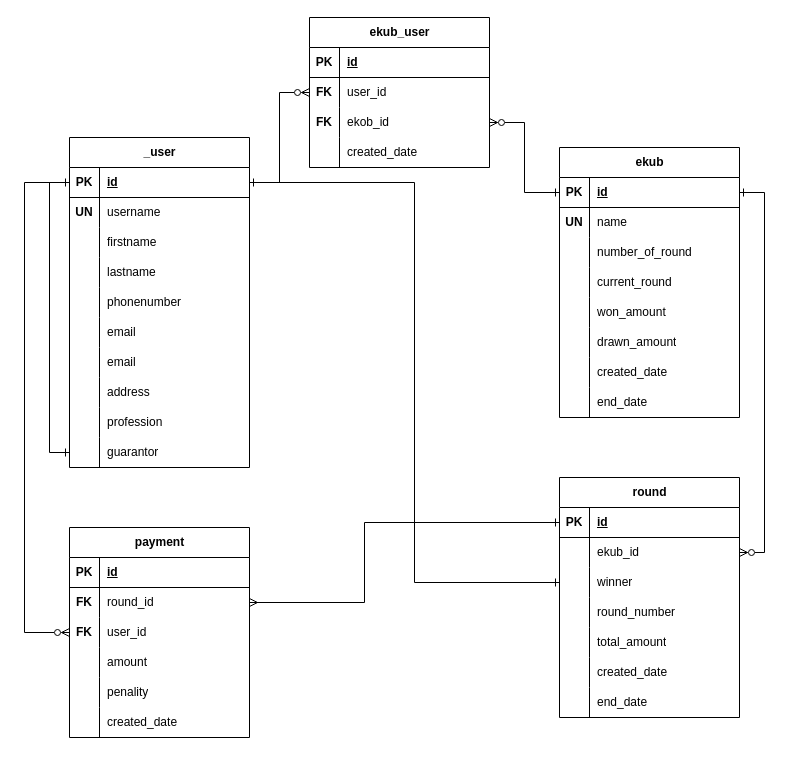
Above: ER-Diagram.drawio in Habtamu-Dires/alem-equb (draw.io), before the change. Source tidied: cells renumbered, new cells numbered last; positions are measured from the earlier drawing's top-left corner, leaving out a move shared by most shapes. Both pictures are drawn from the tidied source at 100%, with x=0, y=0 at pixel (24, 17).
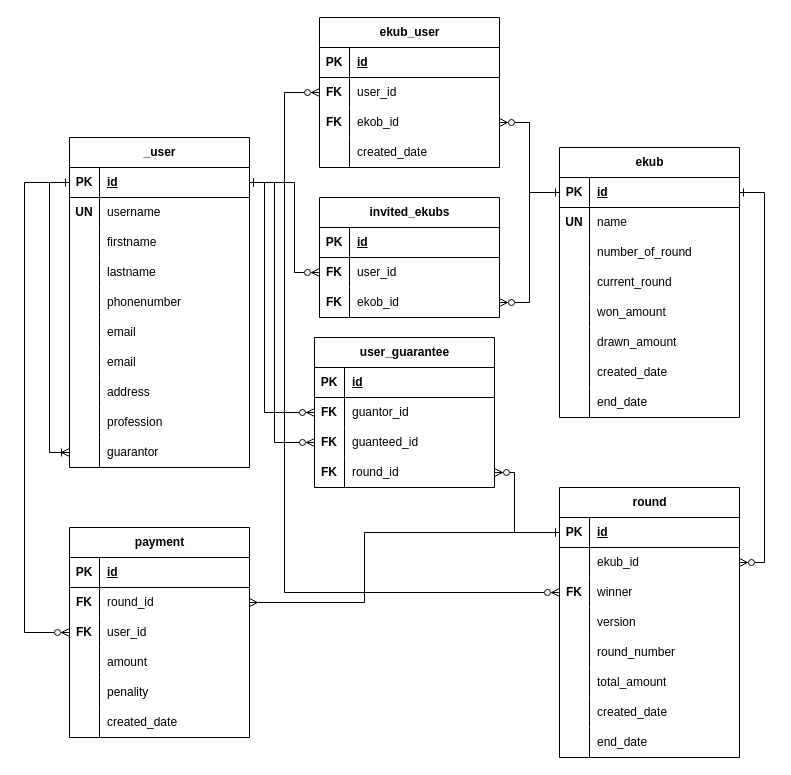
The same page after the edit.

The change refers to these unchanged cells:
```xml
<mxCell id="4" style="shape=tableRow;horizontal=0;startSize=0;swimlaneHead=0;swimlaneBody=0;fillColor=none;points=[[0,0.5],[1,0.5]];portConstraint=eastwest;top=0;left=0;right=0;bottom=1;" parent="3" vertex="1">
  <mxGeometry y="30" width="180" height="30" as="geometry" />
</mxCell>
<mxCell id="31" style="shape=tableRow;horizontal=0;startSize=0;swimlaneHead=0;swimlaneBody=0;fillColor=none;points=[[0,0.5],[1,0.5]];portConstraint=eastwest;top=0;left=0;right=0;bottom=0;" parent="3" vertex="1">
  <mxGeometry y="300" width="180" height="30" as="geometry" />
</mxCell>
<mxCell id="35" style="shape=tableRow;horizontal=0;startSize=0;swimlaneHead=0;swimlaneBody=0;fillColor=none;points=[[0,0.5],[1,0.5]];portConstraint=eastwest;top=0;left=0;right=0;bottom=1;" parent="34" vertex="1">
  <mxGeometry y="30" width="180" height="30" as="geometry" />
</mxCell>
<mxCell id="60" style="shape=tableRow;horizontal=0;startSize=0;swimlaneHead=0;swimlaneBody=0;fillColor=none;points=[[0,0.5],[1,0.5]];portConstraint=eastwest;top=0;left=0;right=0;bottom=1;" parent="59" vertex="1">
  <mxGeometry y="30" width="180" height="30" as="geometry" />
</mxCell>
<mxCell id="63" style="shape=tableRow;horizontal=0;startSize=0;swimlaneHead=0;swimlaneBody=0;fillColor=none;points=[[0,0.5],[1,0.5]];portConstraint=eastwest;top=0;left=0;right=0;bottom=0;" parent="59" vertex="1">
  <mxGeometry y="60" width="180" height="30" as="geometry" />
</mxCell>
<mxCell id="66" style="shape=tableRow;horizontal=0;startSize=0;swimlaneHead=0;swimlaneBody=0;fillColor=none;points=[[0,0.5],[1,0.5]];portConstraint=eastwest;top=0;left=0;right=0;bottom=0;" parent="59" vertex="1">
  <mxGeometry y="90" width="180" height="30" as="geometry" />
</mxCell>
<mxCell id="85" style="shape=tableRow;horizontal=0;startSize=0;swimlaneHead=0;swimlaneBody=0;fillColor=none;points=[[0,0.5],[1,0.5]];portConstraint=eastwest;top=0;left=0;right=0;bottom=0;" parent="81" vertex="1">
  <mxGeometry y="60" width="180" height="30" as="geometry" />
</mxCell>
```

Change to the diagram source:
```diff
@@
-    <mxCell id="2" style="edgeStyle=orthogonalEdgeStyle;rounded=0;jettySize=auto;html=1;entryX=0;entryY=0.5;entryDx=0;entryDy=0;endArrow=ERone;endFill=0;startArrow=ERone;startFill=0;" parent="1" edge="1" source="4" target="31">
+    <mxCell id="2" style="edgeStyle=orthogonalEdgeStyle;rounded=0;jettySize=auto;html=1;entryX=0;entryY=0.5;entryDx=0;entryDy=0;endArrow=ERoneToMany;endFill=0;startArrow=ERone;startFill=0;" parent="1" edge="1" source="4" target="31">
       <mxGeometry relative="1" as="geometry">
         <Array as="points">
           <mxPoint x="25" y="165" />
           <mxPoint x="25" y="435" />
         </Array>
       </mxGeometry>
     </mxCell>
@@
     <mxCell id="59" value="round" style="shape=table;startSize=30;childLayout=tableLayout;rowLines=0;fontStyle=1;align=center;html=1;" parent="1" vertex="1">
-      <mxGeometry x="535" y="460" width="180" height="240" as="geometry" />
+      <mxGeometry x="535" y="470" width="180" height="270" as="geometry" />
     </mxCell>
@@
-    <mxCell id="67" style="shape=partialRectangle;fillColor=none;top=0;left=0;bottom=0;right=0;overflow=hidden;whiteSpace=wrap;html=1;" parent="66" vertex="1">
+    <mxCell id="67" value="&lt;b&gt;FK&lt;/b&gt;" style="shape=partialRectangle;fillColor=none;top=0;left=0;bottom=0;right=0;overflow=hidden;whiteSpace=wrap;html=1;" parent="66" vertex="1">
       <mxGeometry width="30" height="30" as="geometry" />
     </mxCell>
@@
+    <mxCell id="78" style="shape=tableRow;horizontal=0;startSize=0;swimlaneHead=0;swimlaneBody=0;fillColor=none;top=0;left=0;right=0;bottom=0;" parent="59" vertex="1">
+      <mxGeometry y="120" width="180" height="30" as="geometry" />
+    </mxCell>
+    <mxCell id="79" style="shape=partialRectangle;fillColor=none;top=0;left=0;bottom=0;right=0;overflow=hidden;whiteSpace=wrap;html=1;" parent="78" vertex="1">
+      <mxGeometry width="30" height="30" as="geometry" />
+    </mxCell>
+    <mxCell id="80" value="version" style="shape=partialRectangle;fillColor=none;top=0;left=0;bottom=0;right=0;align=left;spacingLeft=6;overflow=hidden;whiteSpace=wrap;html=1;" parent="78" vertex="1">
+      <mxGeometry x="30" width="150" height="30" as="geometry" />
+    </mxCell>
     <mxCell id="69" style="shape=tableRow;horizontal=0;startSize=0;swimlaneHead=0;swimlaneBody=0;fillColor=none;top=0;left=0;right=0;bottom=0;" parent="59" vertex="1">
-      <mxGeometry y="120" width="180" height="30" as="geometry" />
+      <mxGeometry y="150" width="180" height="30" as="geometry" />
     </mxCell>
@@
     <mxCell id="72" style="shape=tableRow;horizontal=0;startSize=0;swimlaneHead=0;swimlaneBody=0;fillColor=none;top=0;left=0;right=0;bottom=0;" parent="59" vertex="1">
-      <mxGeometry y="150" width="180" height="30" as="geometry" />
+      <mxGeometry y="180" width="180" height="30" as="geometry" />
     </mxCell>
@@
     <mxCell id="75" style="shape=tableRow;horizontal=0;startSize=0;swimlaneHead=0;swimlaneBody=0;fillColor=none;top=0;left=0;right=0;bottom=0;" parent="59" vertex="1">
-      <mxGeometry y="180" width="180" height="30" as="geometry" />
+      <mxGeometry y="210" width="180" height="30" as="geometry" />
     </mxCell>
@@
-    <mxCell id="78" style="shape=tableRow;horizontal=0;startSize=0;swimlaneHead=0;swimlaneBody=0;fillColor=none;top=0;left=0;right=0;bottom=0;" parent="59" vertex="1">
-      <mxGeometry y="210" width="180" height="30" as="geometry" />
-    </mxCell>
-    <mxCell id="79" style="shape=partialRectangle;fillColor=none;top=0;left=0;bottom=0;right=0;overflow=hidden;whiteSpace=wrap;html=1;" parent="78" vertex="1">
-      <mxGeometry width="30" height="30" as="geometry" />
-    </mxCell>
-    <mxCell id="80" value="end_date" style="shape=partialRectangle;fillColor=none;top=0;left=0;bottom=0;right=0;align=left;spacingLeft=6;overflow=hidden;whiteSpace=wrap;html=1;" parent="78" vertex="1">
-      <mxGeometry x="30" width="150" height="30" as="geometry" />
-    </mxCell>
+    <mxCell id="119" style="shape=tableRow;horizontal=0;startSize=0;swimlaneHead=0;swimlaneBody=0;fillColor=none;top=0;left=0;right=0;bottom=0;" parent="59" vertex="1">
+      <mxGeometry y="240" width="180" height="30" as="geometry" />
+    </mxCell>
+    <mxCell id="120" style="shape=partialRectangle;fillColor=none;top=0;left=0;bottom=0;right=0;overflow=hidden;whiteSpace=wrap;html=1;" parent="119" vertex="1">
+      <mxGeometry width="30" height="30" as="geometry" />
+    </mxCell>
+    <mxCell id="121" value="end_date" style="shape=partialRectangle;fillColor=none;top=0;left=0;bottom=0;right=0;align=left;spacingLeft=6;overflow=hidden;whiteSpace=wrap;html=1;" parent="119" vertex="1">
+      <mxGeometry x="30" width="150" height="30" as="geometry" />
+    </mxCell>
@@
     <mxCell id="100" style="edgeStyle=orthogonalEdgeStyle;rounded=0;jettySize=auto;html=1;entryX=1;entryY=0.5;entryDx=0;entryDy=0;endArrow=ERmany;endFill=0;startArrow=ERone;startFill=0;exitX=0;exitY=0.5;exitDx=0;exitDy=0;" parent="1" edge="1" source="60" target="85">
       <mxGeometry relative="1" as="geometry">
         <Array as="points">
-          <mxPoint x="340" y="505" />
+          <mxPoint x="340" y="515" />
           <mxPoint x="340" y="585" />
         </Array>
       </mxGeometry>
     </mxCell>
@@
     <mxCell id="102" value="ekub_user" style="shape=table;startSize=30;childLayout=tableLayout;rowLines=0;fontStyle=1;align=center;html=1;" parent="1" vertex="1">
-      <mxGeometry x="285" width="180" height="150" as="geometry" />
+      <mxGeometry x="295" width="180" height="150" as="geometry" />
     </mxCell>
@@
-    <mxCell id="117" style="edgeStyle=orthogonalEdgeStyle;rounded=0;jettySize=auto;html=1;entryX=0;entryY=0.5;entryDx=0;entryDy=0;endArrow=ERone;endFill=0;" parent="1" edge="1" source="4" target="66">
+    <mxCell id="117" style="edgeStyle=orthogonalEdgeStyle;rounded=0;jettySize=auto;html=1;entryX=0;entryY=0.5;entryDx=0;entryDy=0;endArrow=ERzeroToMany;endFill=0;" parent="1" edge="1" source="4" target="66">
       <mxGeometry relative="1" as="geometry">
         <Array as="points">
-          <mxPoint x="390" y="165" />
-          <mxPoint x="390" y="565" />
+          <mxPoint x="260" y="165" />
+          <mxPoint x="260" y="575" />
         </Array>
       </mxGeometry>
     </mxCell>
     <mxCell id="118" style="edgeStyle=orthogonalEdgeStyle;rounded=0;jettySize=auto;html=1;endArrow=ERzeroToMany;endFill=0;entryX=1;entryY=0.5;entryDx=0;entryDy=0;startArrow=ERone;startFill=0;" parent="1" edge="1" source="35" target="63">
       <mxGeometry relative="1" as="geometry">
         <Array as="points">
           <mxPoint x="740" y="175" />
-          <mxPoint x="740" y="535" />
+          <mxPoint x="740" y="545" />
         </Array>
       </mxGeometry>
     </mxCell>
+    <mxCell id="122" value="invited_ekubs" style="shape=table;startSize=30;childLayout=tableLayout;rowLines=0;fontStyle=1;align=center;html=1;" parent="1" vertex="1">
+      <mxGeometry x="295" y="180" width="180" height="120" as="geometry" />
+    </mxCell>
+    <mxCell id="123" style="shape=tableRow;horizontal=0;startSize=0;swimlaneHead=0;swimlaneBody=0;fillColor=none;top=0;left=0;right=0;bottom=1;" parent="122" vertex="1">
+      <mxGeometry y="30" width="180" height="30" as="geometry" />
+    </mxCell>
+    <mxCell id="124" value="PK" style="shape=partialRectangle;fillColor=none;top=0;left=0;bottom=0;right=0;fontStyle=1;overflow=hidden;whiteSpace=wrap;html=1;" parent="123" vertex="1">
+      <mxGeometry width="30" height="30" as="geometry" />
+    </mxCell>
+    <mxCell id="125" value="id" style="shape=partialRectangle;fillColor=none;top=0;left=0;bottom=0;right=0;align=left;spacingLeft=6;fontStyle=5;overflow=hidden;whiteSpace=wrap;html=1;" parent="123" vertex="1">
+      <mxGeometry x="30" width="150" height="30" as="geometry" />
+    </mxCell>
+    <mxCell id="126" style="shape=tableRow;horizontal=0;startSize=0;swimlaneHead=0;swimlaneBody=0;fillColor=none;points=[[0,0.5],[1,0.5]];portConstraint=eastwest;top=0;left=0;right=0;bottom=0;" parent="122" vertex="1">
+      <mxGeometry y="60" width="180" height="30" as="geometry" />
+    </mxCell>
+    <mxCell id="127" value="&lt;b&gt;FK&lt;/b&gt;" style="shape=partialRectangle;fillColor=none;top=0;left=0;bottom=0;right=0;overflow=hidden;whiteSpace=wrap;html=1;" parent="126" vertex="1">
+      <mxGeometry width="30" height="30" as="geometry" />
+    </mxCell>
+    <mxCell id="128" value="user_id" style="shape=partialRectangle;fillColor=none;top=0;left=0;bottom=0;right=0;align=left;spacingLeft=6;overflow=hidden;whiteSpace=wrap;html=1;" parent="126" vertex="1">
+      <mxGeometry x="30" width="150" height="30" as="geometry" />
+    </mxCell>
+    <mxCell id="129" style="shape=tableRow;horizontal=0;startSize=0;swimlaneHead=0;swimlaneBody=0;fillColor=none;points=[[0,0.5],[1,0.5]];portConstraint=eastwest;top=0;left=0;right=0;bottom=0;" parent="122" vertex="1">
+      <mxGeometry y="90" width="180" height="30" as="geometry" />
+    </mxCell>
+    <mxCell id="130" value="&lt;b&gt;FK&lt;/b&gt;" style="shape=partialRectangle;fillColor=none;top=0;left=0;bottom=0;right=0;overflow=hidden;whiteSpace=wrap;html=1;" parent="129" vertex="1">
+      <mxGeometry width="30" height="30" as="geometry" />
+    </mxCell>
+    <mxCell id="131" value="ekob_id" style="shape=partialRectangle;fillColor=none;top=0;left=0;bottom=0;right=0;align=left;spacingLeft=6;overflow=hidden;whiteSpace=wrap;html=1;" parent="129" vertex="1">
+      <mxGeometry x="30" width="150" height="30" as="geometry" />
+    </mxCell>
+    <mxCell id="132" style="edgeStyle=orthogonalEdgeStyle;rounded=0;jettySize=auto;html=1;entryX=0;entryY=0.5;entryDx=0;entryDy=0;endArrow=ERzeroToMany;endFill=0;" parent="1" edge="1" source="4" target="126">
+      <mxGeometry relative="1" as="geometry">
+        <Array as="points">
+          <mxPoint x="270" y="165" />
+          <mxPoint x="270" y="255" />
+        </Array>
+      </mxGeometry>
+    </mxCell>
+    <mxCell id="133" style="edgeStyle=orthogonalEdgeStyle;rounded=0;jettySize=auto;html=1;entryX=1;entryY=0.5;entryDx=0;entryDy=0;endArrow=ERzeroToMany;endFill=0;" parent="1" edge="1" source="35" target="129">
+      <mxGeometry relative="1" as="geometry" />
+    </mxCell>
+    <mxCell id="134" value="user_guarantee" style="shape=table;startSize=30;childLayout=tableLayout;rowLines=0;fontStyle=1;align=center;html=1;" parent="1" vertex="1">
+      <mxGeometry x="290" y="320" width="180" height="150" as="geometry" />
+    </mxCell>
+    <mxCell id="135" style="shape=tableRow;horizontal=0;startSize=0;swimlaneHead=0;swimlaneBody=0;fillColor=none;top=0;left=0;right=0;bottom=1;" parent="134" vertex="1">
+      <mxGeometry y="30" width="180" height="30" as="geometry" />
+    </mxCell>
+    <mxCell id="136" value="PK" style="shape=partialRectangle;fillColor=none;top=0;left=0;bottom=0;right=0;fontStyle=1;overflow=hidden;whiteSpace=wrap;html=1;" parent="135" vertex="1">
+      <mxGeometry width="30" height="30" as="geometry" />
+    </mxCell>
+    <mxCell id="137" value="id" style="shape=partialRectangle;fillColor=none;top=0;left=0;bottom=0;right=0;align=left;spacingLeft=6;fontStyle=5;overflow=hidden;whiteSpace=wrap;html=1;" parent="135" vertex="1">
+      <mxGeometry x="30" width="150" height="30" as="geometry" />
+    </mxCell>
+    <mxCell id="138" style="shape=tableRow;horizontal=0;startSize=0;swimlaneHead=0;swimlaneBody=0;fillColor=none;points=[[0,0.5],[1,0.5]];portConstraint=eastwest;top=0;left=0;right=0;bottom=0;" parent="134" vertex="1">
+      <mxGeometry y="60" width="180" height="30" as="geometry" />
+    </mxCell>
+    <mxCell id="139" value="&lt;b&gt;FK&lt;/b&gt;" style="shape=partialRectangle;fillColor=none;top=0;left=0;bottom=0;right=0;overflow=hidden;whiteSpace=wrap;html=1;" parent="138" vertex="1">
+      <mxGeometry width="30" height="30" as="geometry" />
+    </mxCell>
+    <mxCell id="140" value="guantor_id" style="shape=partialRectangle;fillColor=none;top=0;left=0;bottom=0;right=0;align=left;spacingLeft=6;overflow=hidden;whiteSpace=wrap;html=1;" parent="138" vertex="1">
+      <mxGeometry x="30" width="150" height="30" as="geometry" />
+    </mxCell>
+    <mxCell id="141" style="shape=tableRow;horizontal=0;startSize=0;swimlaneHead=0;swimlaneBody=0;fillColor=none;points=[[0,0.5],[1,0.5]];portConstraint=eastwest;top=0;left=0;right=0;bottom=0;" parent="134" vertex="1">
+      <mxGeometry y="90" width="180" height="30" as="geometry" />
+    </mxCell>
+    <mxCell id="142" value="&lt;b&gt;FK&lt;/b&gt;" style="shape=partialRectangle;fillColor=none;top=0;left=0;bottom=0;right=0;overflow=hidden;whiteSpace=wrap;html=1;" parent="141" vertex="1">
+      <mxGeometry width="30" height="30" as="geometry" />
+    </mxCell>
+    <mxCell id="143" value="guanteed_id" style="shape=partialRectangle;fillColor=none;top=0;left=0;bottom=0;right=0;align=left;spacingLeft=6;overflow=hidden;whiteSpace=wrap;html=1;" parent="141" vertex="1">
+      <mxGeometry x="30" width="150" height="30" as="geometry" />
+    </mxCell>
+    <mxCell id="144" style="shape=tableRow;horizontal=0;startSize=0;swimlaneHead=0;swimlaneBody=0;fillColor=none;points=[[0,0.5],[1,0.5]];portConstraint=eastwest;top=0;left=0;right=0;bottom=0;" parent="134" vertex="1">
+      <mxGeometry y="120" width="180" height="30" as="geometry" />
+    </mxCell>
+    <mxCell id="145" value="&lt;b&gt;FK&lt;/b&gt;" style="shape=partialRectangle;fillColor=none;top=0;left=0;bottom=0;right=0;overflow=hidden;whiteSpace=wrap;html=1;" parent="144" vertex="1">
+      <mxGeometry width="30" height="30" as="geometry" />
+    </mxCell>
+    <mxCell id="146" value="round_id" style="shape=partialRectangle;fillColor=none;top=0;left=0;bottom=0;right=0;align=left;spacingLeft=6;overflow=hidden;whiteSpace=wrap;html=1;" parent="144" vertex="1">
+      <mxGeometry x="30" width="150" height="30" as="geometry" />
+    </mxCell>
+    <mxCell id="147" style="edgeStyle=orthogonalEdgeStyle;rounded=0;jettySize=auto;html=1;endArrow=ERone;endFill=0;startArrow=ERzeroToMany;startFill=0;entryX=0;entryY=0.5;entryDx=0;entryDy=0;" parent="1" edge="1" source="144" target="60">
+      <mxGeometry relative="1" as="geometry">
+        <Array as="points">
+          <mxPoint x="490" y="455" />
+          <mxPoint x="490" y="515" />
+        </Array>
+      </mxGeometry>
+    </mxCell>
+    <mxCell id="148" style="edgeStyle=orthogonalEdgeStyle;rounded=0;jettySize=auto;html=1;entryX=1;entryY=0.5;entryDx=0;entryDy=0;endArrow=ERone;endFill=0;startArrow=ERzeroToMany;startFill=0;" parent="1" edge="1" source="138" target="4">
+      <mxGeometry relative="1" as="geometry">
+        <Array as="points">
+          <mxPoint x="240" y="395" />
+          <mxPoint x="240" y="165" />
+        </Array>
+      </mxGeometry>
+    </mxCell>
+    <mxCell id="149" style="edgeStyle=orthogonalEdgeStyle;rounded=0;jettySize=auto;html=1;entryX=1;entryY=0.5;entryDx=0;entryDy=0;endArrow=ERone;endFill=0;startArrow=ERzeroToMany;startFill=0;" parent="1" edge="1" source="141" target="4">
+      <mxGeometry relative="1" as="geometry">
+        <Array as="points">
+          <mxPoint x="250" y="425" />
+          <mxPoint x="250" y="165" />
+        </Array>
+      </mxGeometry>
+    </mxCell>
```
